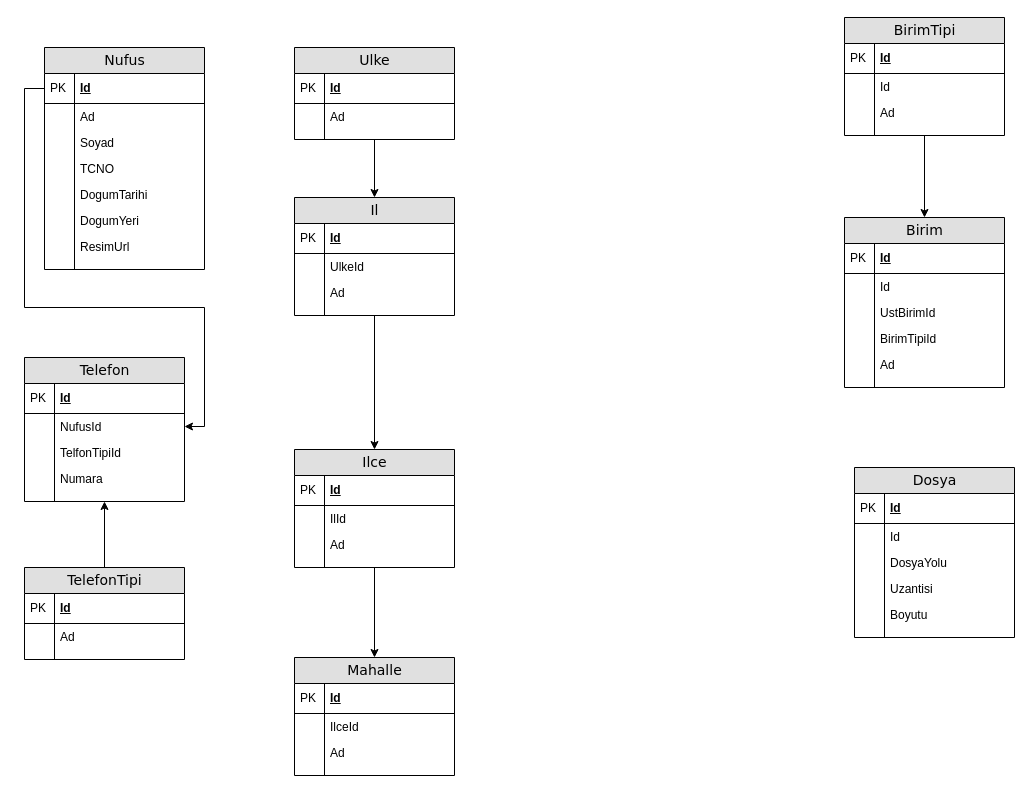
Earlier version of the draw.io diagram page "Genel" (1 of 8) of Kur 2/Veritabanı Diagrams.drawio (etuncay/kugim-gen-yazilimcilar-egitim-programi). Source tidied: cells renumbered, new cells numbered last; positions are measured from the earlier drawing's top-left corner, leaving out a move shared by most shapes. Both pictures are drawn from the tidied source at 100%, with x=0, y=0 at pixel (24, 17).
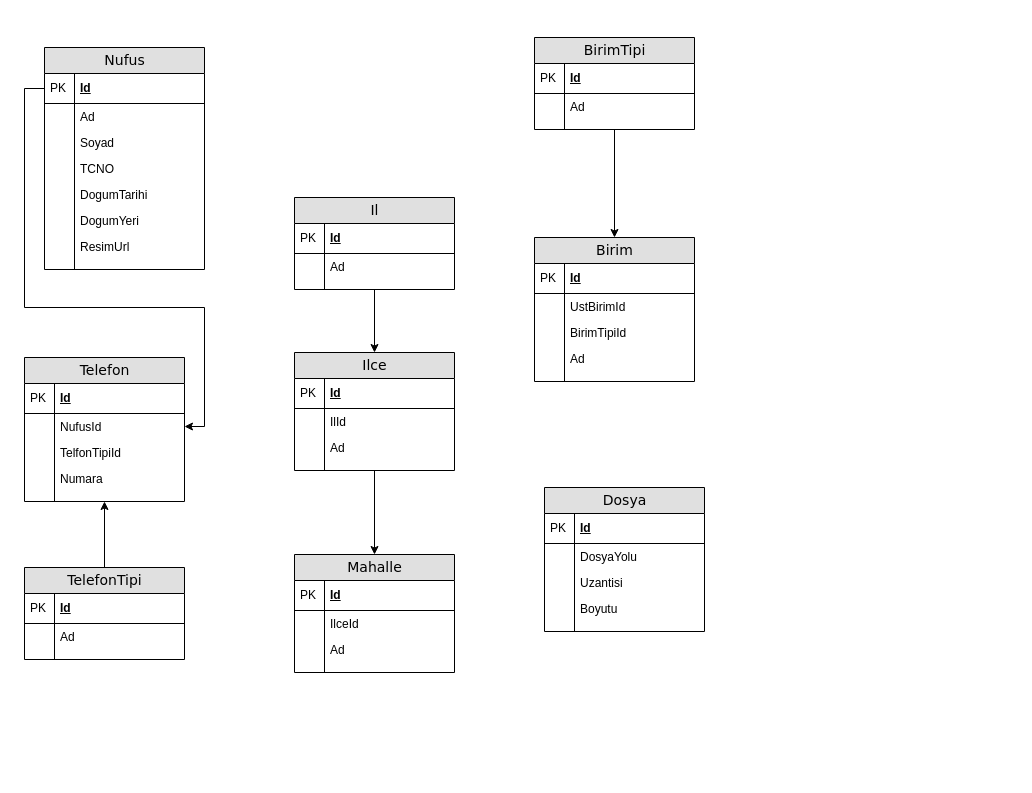
After the change.

Change to the diagram source:
```diff
@@
     <mxCell id="40" value="BirimTipi" style="swimlane;html=1;fontStyle=0;horizontal=1;startSize=26;fillColor=#e0e0e0;swimlaneFillColor=#ffffff;align=center;rounded=0;shadow=0;comic=0;labelBackgroundColor=none;strokeWidth=1;fontFamily=Verdana;fontSize=14;" parent="1" vertex="1">
-      <mxGeometry x="820" width="160" height="118" as="geometry" />
+      <mxGeometry x="510" y="20" width="160" height="92" as="geometry" />
     </mxCell>
@@
-    <mxCell id="43" value="Id" style="shape=partialRectangle;top=0;left=0;right=0;bottom=0;html=1;align=left;verticalAlign=top;fillColor=none;spacingLeft=34;spacingRight=4;whiteSpace=wrap;overflow=hidden;" parent="40" vertex="1">
-      <mxGeometry y="56" width="160" height="26" as="geometry" />
-    </mxCell>
-    <mxCell id="44" style="shape=partialRectangle;top=0;left=0;bottom=0;html=1;fillColor=none;align=left;verticalAlign=top;spacingLeft=4;spacingRight=4;whiteSpace=wrap;overflow=hidden;" parent="43" vertex="1">
-      <mxGeometry width="30" height="26" as="geometry" />
-    </mxCell>
     <mxCell id="45" value="Ad" style="shape=partialRectangle;top=0;left=0;right=0;bottom=0;html=1;align=left;verticalAlign=top;fillColor=none;spacingLeft=34;spacingRight=4;whiteSpace=wrap;overflow=hidden;" parent="40" vertex="1">
-      <mxGeometry y="82" width="160" height="26" as="geometry" />
+      <mxGeometry y="56" width="160" height="26" as="geometry" />
     </mxCell>
@@
     <mxCell id="47" style="shape=partialRectangle;top=0;left=0;right=0;bottom=0;html=1;align=left;verticalAlign=top;fillColor=none;spacingLeft=34;spacingRight=4;whiteSpace=wrap;overflow=hidden;" parent="40" vertex="1">
-      <mxGeometry y="108" width="160" height="10" as="geometry" />
+      <mxGeometry y="82" width="160" height="10" as="geometry" />
     </mxCell>
@@
     <mxCell id="49" value="Birim" style="swimlane;html=1;fontStyle=0;horizontal=1;startSize=26;fillColor=#e0e0e0;swimlaneFillColor=#ffffff;align=center;rounded=0;shadow=0;comic=0;labelBackgroundColor=none;strokeWidth=1;fontFamily=Verdana;fontSize=14;" parent="1" vertex="1">
-      <mxGeometry x="820" y="200" width="160" height="170" as="geometry" />
+      <mxGeometry x="510" y="220" width="160" height="144" as="geometry" />
     </mxCell>
@@
-    <mxCell id="52" value="Id" style="shape=partialRectangle;top=0;left=0;right=0;bottom=0;html=1;align=left;verticalAlign=top;fillColor=none;spacingLeft=34;spacingRight=4;whiteSpace=wrap;overflow=hidden;" parent="49" vertex="1">
-      <mxGeometry y="56" width="160" height="26" as="geometry" />
-    </mxCell>
-    <mxCell id="53" style="shape=partialRectangle;top=0;left=0;bottom=0;html=1;fillColor=none;align=left;verticalAlign=top;spacingLeft=4;spacingRight=4;whiteSpace=wrap;overflow=hidden;" parent="52" vertex="1">
-      <mxGeometry width="30" height="26" as="geometry" />
-    </mxCell>
     <mxCell id="54" value="UstBirimId" style="shape=partialRectangle;top=0;left=0;right=0;bottom=0;html=1;align=left;verticalAlign=top;fillColor=none;spacingLeft=34;spacingRight=4;whiteSpace=wrap;overflow=hidden;" parent="49" vertex="1">
-      <mxGeometry y="82" width="160" height="26" as="geometry" />
+      <mxGeometry y="56" width="160" height="26" as="geometry" />
     </mxCell>
@@
     <mxCell id="56" value="BirimTipiId" style="shape=partialRectangle;top=0;left=0;right=0;bottom=0;html=1;align=left;verticalAlign=top;fillColor=none;spacingLeft=34;spacingRight=4;whiteSpace=wrap;overflow=hidden;" parent="49" vertex="1">
-      <mxGeometry y="108" width="160" height="26" as="geometry" />
+      <mxGeometry y="82" width="160" height="26" as="geometry" />
     </mxCell>
@@
     <mxCell id="58" value="Ad" style="shape=partialRectangle;top=0;left=0;right=0;bottom=0;html=1;align=left;verticalAlign=top;fillColor=none;spacingLeft=34;spacingRight=4;whiteSpace=wrap;overflow=hidden;" parent="49" vertex="1">
-      <mxGeometry y="134" width="160" height="26" as="geometry" />
+      <mxGeometry y="108" width="160" height="26" as="geometry" />
     </mxCell>
@@
     <mxCell id="60" style="shape=partialRectangle;top=0;left=0;right=0;bottom=0;html=1;align=left;verticalAlign=top;fillColor=none;spacingLeft=34;spacingRight=4;whiteSpace=wrap;overflow=hidden;" parent="49" vertex="1">
-      <mxGeometry y="160" width="160" height="10" as="geometry" />
+      <mxGeometry y="134" width="160" height="10" as="geometry" />
     </mxCell>
@@
-    <mxCell id="62" style="edgeStyle=orthogonalEdgeStyle;rounded=0;jettySize=auto;html=1;" parent="1" edge="1" source="63" target="71">
-      <mxGeometry relative="1" as="geometry" />
-    </mxCell>
-    <mxCell id="63" value="Ulke" style="swimlane;html=1;fontStyle=0;horizontal=1;startSize=26;fillColor=#e0e0e0;swimlaneFillColor=#ffffff;align=center;rounded=0;shadow=0;comic=0;labelBackgroundColor=none;strokeWidth=1;fontFamily=Verdana;fontSize=14;" parent="1" vertex="1">
-      <mxGeometry x="270" y="30" width="160" height="92" as="geometry" />
-    </mxCell>
-    <mxCell id="64" value="Id" style="shape=partialRectangle;top=0;left=0;right=0;bottom=1;html=1;align=left;verticalAlign=middle;fillColor=none;spacingLeft=34;spacingRight=4;whiteSpace=wrap;overflow=hidden;fontStyle=5;" parent="63" vertex="1">
-      <mxGeometry y="26" width="160" height="30" as="geometry" />
-    </mxCell>
-    <mxCell id="65" value="PK" style="shape=partialRectangle;top=0;left=0;bottom=0;html=1;fillColor=none;align=left;verticalAlign=middle;spacingLeft=4;spacingRight=4;whiteSpace=wrap;overflow=hidden;" parent="64" vertex="1">
-      <mxGeometry width="30" height="30" as="geometry" />
-    </mxCell>
-    <mxCell id="66" value="Ad" style="shape=partialRectangle;top=0;left=0;right=0;bottom=0;html=1;align=left;verticalAlign=top;fillColor=none;spacingLeft=34;spacingRight=4;whiteSpace=wrap;overflow=hidden;" parent="63" vertex="1">
-      <mxGeometry y="56" width="160" height="26" as="geometry" />
-    </mxCell>
-    <mxCell id="67" style="shape=partialRectangle;top=0;left=0;bottom=0;html=1;fillColor=none;align=left;verticalAlign=top;spacingLeft=4;spacingRight=4;whiteSpace=wrap;overflow=hidden;" parent="66" vertex="1">
-      <mxGeometry width="30" height="26" as="geometry" />
-    </mxCell>
-    <mxCell id="68" style="shape=partialRectangle;top=0;left=0;right=0;bottom=0;html=1;align=left;verticalAlign=top;fillColor=none;spacingLeft=34;spacingRight=4;whiteSpace=wrap;overflow=hidden;" parent="63" vertex="1">
-      <mxGeometry y="82" width="160" height="10" as="geometry" />
-    </mxCell>
-    <mxCell id="69" style="shape=partialRectangle;top=0;left=0;bottom=0;html=1;fillColor=none;align=left;verticalAlign=top;spacingLeft=4;spacingRight=4;whiteSpace=wrap;overflow=hidden;" parent="68" vertex="1">
-      <mxGeometry width="30" height="10" as="geometry" />
-    </mxCell>
@@
     <mxCell id="71" value="Il" style="swimlane;html=1;fontStyle=0;horizontal=1;startSize=26;fillColor=#e0e0e0;swimlaneFillColor=#ffffff;align=center;rounded=0;shadow=0;comic=0;labelBackgroundColor=none;strokeWidth=1;fontFamily=Verdana;fontSize=14;" parent="1" vertex="1">
-      <mxGeometry x="270" y="180" width="160" height="118" as="geometry" />
+      <mxGeometry x="270" y="180" width="160" height="92" as="geometry" />
     </mxCell>
@@
-    <mxCell id="74" value="UlkeId" style="shape=partialRectangle;top=0;left=0;right=0;bottom=0;html=1;align=left;verticalAlign=top;fillColor=none;spacingLeft=34;spacingRight=4;whiteSpace=wrap;overflow=hidden;" parent="71" vertex="1">
-      <mxGeometry y="56" width="160" height="26" as="geometry" />
-    </mxCell>
-    <mxCell id="75" style="shape=partialRectangle;top=0;left=0;bottom=0;html=1;fillColor=none;align=left;verticalAlign=top;spacingLeft=4;spacingRight=4;whiteSpace=wrap;overflow=hidden;" parent="74" vertex="1">
-      <mxGeometry width="30" height="26" as="geometry" />
-    </mxCell>
     <mxCell id="76" value="Ad" style="shape=partialRectangle;top=0;left=0;right=0;bottom=0;html=1;align=left;verticalAlign=top;fillColor=none;spacingLeft=34;spacingRight=4;whiteSpace=wrap;overflow=hidden;" parent="71" vertex="1">
-      <mxGeometry y="82" width="160" height="26" as="geometry" />
+      <mxGeometry y="56" width="160" height="26" as="geometry" />
     </mxCell>
@@
     <mxCell id="78" style="shape=partialRectangle;top=0;left=0;right=0;bottom=0;html=1;align=left;verticalAlign=top;fillColor=none;spacingLeft=34;spacingRight=4;whiteSpace=wrap;overflow=hidden;" parent="71" vertex="1">
-      <mxGeometry y="108" width="160" height="10" as="geometry" />
+      <mxGeometry y="82" width="160" height="10" as="geometry" />
     </mxCell>
@@
     <mxCell id="81" value="Ilce" style="swimlane;html=1;fontStyle=0;horizontal=1;startSize=26;fillColor=#e0e0e0;swimlaneFillColor=#ffffff;align=center;rounded=0;shadow=0;comic=0;labelBackgroundColor=none;strokeWidth=1;fontFamily=Verdana;fontSize=14;" parent="1" vertex="1">
-      <mxGeometry x="270" y="432" width="160" height="118" as="geometry" />
+      <mxGeometry x="270" y="335" width="160" height="118" as="geometry" />
     </mxCell>
@@
     <mxCell id="90" value="Mahalle" style="swimlane;html=1;fontStyle=0;horizontal=1;startSize=26;fillColor=#e0e0e0;swimlaneFillColor=#ffffff;align=center;rounded=0;shadow=0;comic=0;labelBackgroundColor=none;strokeWidth=1;fontFamily=Verdana;fontSize=14;" parent="1" vertex="1">
-      <mxGeometry x="270" y="640" width="160" height="118" as="geometry" />
+      <mxGeometry x="270" y="537" width="160" height="118" as="geometry" />
     </mxCell>
@@
     <mxCell id="99" value="Dosya" style="swimlane;html=1;fontStyle=0;horizontal=1;startSize=26;fillColor=#e0e0e0;swimlaneFillColor=#ffffff;align=center;rounded=0;shadow=0;comic=0;labelBackgroundColor=none;strokeWidth=1;fontFamily=Verdana;fontSize=14;" parent="1" vertex="1">
-      <mxGeometry x="830" y="450" width="160" height="170" as="geometry" />
+      <mxGeometry x="520" y="470" width="160" height="144" as="geometry" />
     </mxCell>
@@
-    <mxCell id="102" value="Id" style="shape=partialRectangle;top=0;left=0;right=0;bottom=0;html=1;align=left;verticalAlign=top;fillColor=none;spacingLeft=34;spacingRight=4;whiteSpace=wrap;overflow=hidden;" parent="99" vertex="1">
-      <mxGeometry y="56" width="160" height="26" as="geometry" />
-    </mxCell>
-    <mxCell id="103" style="shape=partialRectangle;top=0;left=0;bottom=0;html=1;fillColor=none;align=left;verticalAlign=top;spacingLeft=4;spacingRight=4;whiteSpace=wrap;overflow=hidden;" parent="102" vertex="1">
-      <mxGeometry width="30" height="26" as="geometry" />
-    </mxCell>
     <mxCell id="104" value="DosyaYolu" style="shape=partialRectangle;top=0;left=0;right=0;bottom=0;html=1;align=left;verticalAlign=top;fillColor=none;spacingLeft=34;spacingRight=4;whiteSpace=wrap;overflow=hidden;" parent="99" vertex="1">
-      <mxGeometry y="82" width="160" height="26" as="geometry" />
+      <mxGeometry y="56" width="160" height="26" as="geometry" />
     </mxCell>
@@
     <mxCell id="106" value="Uzantisi" style="shape=partialRectangle;top=0;left=0;right=0;bottom=0;html=1;align=left;verticalAlign=top;fillColor=none;spacingLeft=34;spacingRight=4;whiteSpace=wrap;overflow=hidden;" parent="99" vertex="1">
-      <mxGeometry y="108" width="160" height="26" as="geometry" />
+      <mxGeometry y="82" width="160" height="26" as="geometry" />
     </mxCell>
@@
     <mxCell id="108" value="Boyutu" style="shape=partialRectangle;top=0;left=0;right=0;bottom=0;html=1;align=left;verticalAlign=top;fillColor=none;spacingLeft=34;spacingRight=4;whiteSpace=wrap;overflow=hidden;" parent="99" vertex="1">
-      <mxGeometry y="134" width="160" height="26" as="geometry" />
+      <mxGeometry y="108" width="160" height="26" as="geometry" />
     </mxCell>
@@
     <mxCell id="110" style="shape=partialRectangle;top=0;left=0;right=0;bottom=0;html=1;align=left;verticalAlign=top;fillColor=none;spacingLeft=34;spacingRight=4;whiteSpace=wrap;overflow=hidden;" parent="99" vertex="1">
-      <mxGeometry y="160" width="160" height="10" as="geometry" />
+      <mxGeometry y="134" width="160" height="10" as="geometry" />
     </mxCell>
```
